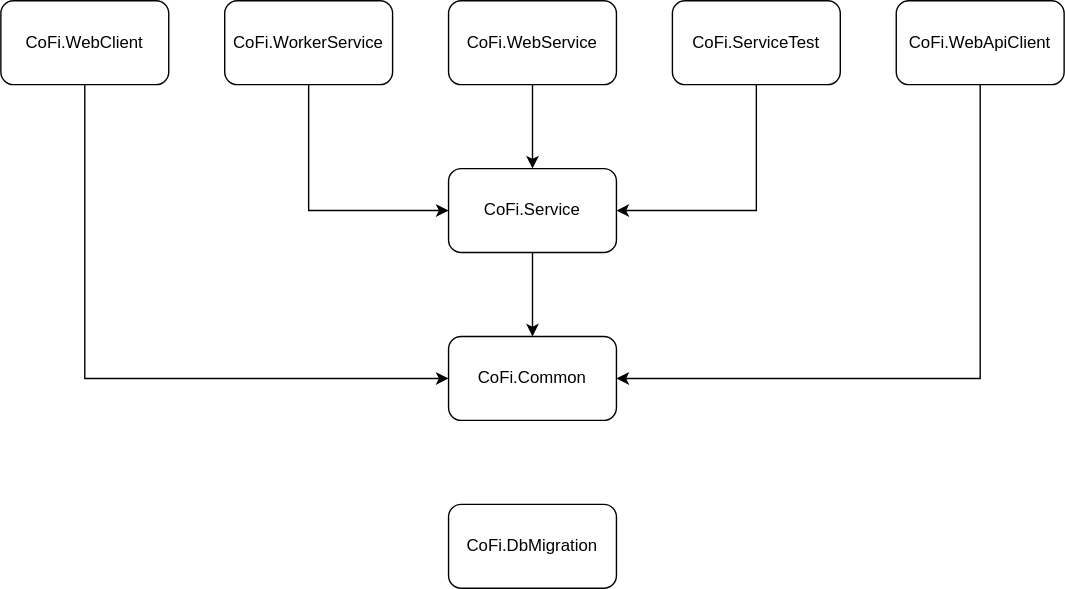
Before: Diagrams/AnaSys/CoFi/CoFi.Project.Dependencies.svg, a diagram exported from draw.io (feifel/notion). Source tidied: cells renumbered, new cells last; positions are measured from the earlier drawing's top-left corner, leaving out a move shared by most shapes.
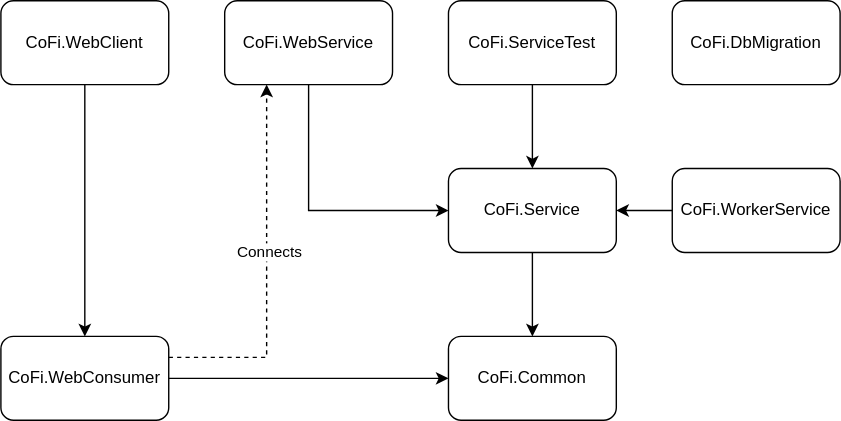
The same file after the commit.

Change to the diagram source:
```diff
@@ -11,38 +11,49 @@
     <mxCell id="4" value="CoFi.Service" style="rounded=1;whiteSpace=wrap;html=1;" parent="1" vertex="1">
       <mxGeometry x="320" y="120" width="120" height="60" as="geometry" />
     </mxCell>
-    <mxCell id="5" style="edgeStyle=orthogonalEdgeStyle;rounded=0;jettySize=auto;html=1;exitX=0.5;exitY=1;exitDx=0;exitDy=0;entryX=1;entryY=0.5;entryDx=0;entryDy=0;" parent="1" edge="1" source="6" target="2">
+    <mxCell id="5" style="edgeStyle=orthogonalEdgeStyle;rounded=0;jettySize=auto;html=1;exitX=1;exitY=0.5;exitDx=0;exitDy=0;entryX=0;entryY=0.5;entryDx=0;entryDy=0;" parent="1" edge="1" source="6" target="2">
       <mxGeometry relative="1" as="geometry" />
     </mxCell>
+    <mxCell id="16" style="edgeStyle=orthogonalEdgeStyle;rounded=0;jettySize=auto;html=1;exitX=1;exitY=0.25;exitDx=0;exitDy=0;entryX=0.25;entryY=1;entryDx=0;entryDy=0;dashed=1;" parent="1" edge="1" source="6" target="10">
+      <mxGeometry relative="1" as="geometry" />
+    </mxCell>
+    <mxCell id="17" value="Connects" style="edgeLabel;html=1;align=center;verticalAlign=middle;" parent="16" vertex="1">
+      <mxGeometry x="0.1" y="-1" relative="1" as="geometry" />
+    </mxCell>
-    <mxCell id="6" value="CoFi.WebApiClient " style="rounded=1;whiteSpace=wrap;html=1;" parent="1" vertex="1">
-      <mxGeometry x="640" width="120" height="60" as="geometry" />
+    <mxCell id="6" value="CoFi.WebConsumer" style="rounded=1;whiteSpace=wrap;html=1;" parent="1" vertex="1">
+      <mxGeometry y="240" width="120" height="60" as="geometry" />
     </mxCell>
-    <mxCell id="7" style="edgeStyle=orthogonalEdgeStyle;rounded=0;jettySize=auto;html=1;exitX=0.5;exitY=1;exitDx=0;exitDy=0;entryX=0;entryY=0.5;entryDx=0;entryDy=0;" parent="1" edge="1" source="8" target="4">
+    <mxCell id="7" style="edgeStyle=orthogonalEdgeStyle;rounded=0;jettySize=auto;html=1;exitX=0;exitY=0.5;exitDx=0;exitDy=0;entryX=1;entryY=0.5;entryDx=0;entryDy=0;" parent="1" edge="1" source="8" target="4">
       <mxGeometry relative="1" as="geometry" />
     </mxCell>
     <mxCell id="8" value="CoFi.WorkerService" style="rounded=1;whiteSpace=wrap;html=1;" parent="1" vertex="1">
-      <mxGeometry x="160" width="120" height="60" as="geometry" />
+      <mxGeometry x="480" y="120" width="120" height="60" as="geometry" />
     </mxCell>
-    <mxCell id="9" style="edgeStyle=orthogonalEdgeStyle;rounded=0;jettySize=auto;html=1;exitX=0.5;exitY=1;exitDx=0;exitDy=0;entryX=0.5;entryY=0;entryDx=0;entryDy=0;" parent="1" edge="1" source="10" target="4">
+    <mxCell id="9" style="edgeStyle=orthogonalEdgeStyle;rounded=0;jettySize=auto;html=1;exitX=0.5;exitY=1;exitDx=0;exitDy=0;entryX=0;entryY=0.5;entryDx=0;entryDy=0;" parent="1" edge="1" source="10" target="4">
       <mxGeometry relative="1" as="geometry" />
     </mxCell>
+    <mxCell id="18" style="edgeStyle=orthogonalEdgeStyle;rounded=0;jettySize=auto;html=1;exitX=0.5;exitY=1;exitDx=0;exitDy=0;dashed=1;" parent="1" edge="1" source="10">
+      <mxGeometry relative="1" as="geometry">
+        <mxPoint x="220" y="60" as="targetPoint" />
+      </mxGeometry>
+    </mxCell>
     <mxCell id="10" value="&lt;div&gt;CoFi.WebService &lt;/div&gt;" style="rounded=1;whiteSpace=wrap;html=1;" parent="1" vertex="1">
-      <mxGeometry x="320" width="120" height="60" as="geometry" />
+      <mxGeometry x="160" width="120" height="60" as="geometry" />
     </mxCell>
-    <mxCell id="11" style="edgeStyle=orthogonalEdgeStyle;rounded=0;jettySize=auto;html=1;exitX=0.5;exitY=1;exitDx=0;exitDy=0;entryX=1;entryY=0.5;entryDx=0;entryDy=0;" parent="1" edge="1" source="12" target="4">
+    <mxCell id="11" style="edgeStyle=orthogonalEdgeStyle;rounded=0;jettySize=auto;html=1;exitX=0.5;exitY=1;exitDx=0;exitDy=0;entryX=0.5;entryY=0;entryDx=0;entryDy=0;" parent="1" edge="1" source="12" target="4">
       <mxGeometry relative="1" as="geometry" />
     </mxCell>
     <mxCell id="12" value="&lt;div&gt;CoFi.ServiceTest&lt;/div&gt;" style="rounded=1;whiteSpace=wrap;html=1;" parent="1" vertex="1">
-      <mxGeometry x="480" width="120" height="60" as="geometry" />
+      <mxGeometry x="320" width="120" height="60" as="geometry" />
     </mxCell>
-    <mxCell id="13" style="edgeStyle=orthogonalEdgeStyle;rounded=0;jettySize=auto;html=1;exitX=0.5;exitY=1;exitDx=0;exitDy=0;entryX=0;entryY=0.5;entryDx=0;entryDy=0;" parent="1" edge="1" source="14" target="2">
-      <mxGeometry relative="1" as="geometry" />
-    </mxCell>
+    <mxCell id="19" style="edgeStyle=orthogonalEdgeStyle;rounded=0;jettySize=auto;html=1;exitX=0.5;exitY=1;exitDx=0;exitDy=0;entryX=0.5;entryY=0;entryDx=0;entryDy=0;" parent="1" edge="1" source="14" target="6">
+      <mxGeometry relative="1" as="geometry" />
+    </mxCell>
     <mxCell id="14" value="CoFi.WebClient" style="rounded=1;whiteSpace=wrap;html=1;" parent="1" vertex="1">
       <mxGeometry width="120" height="60" as="geometry" />
     </mxCell>
     <mxCell id="15" value="&lt;div&gt;CoFi.DbMigration&lt;/div&gt;" style="rounded=1;whiteSpace=wrap;html=1;" parent="1" vertex="1">
-      <mxGeometry x="320" y="360" width="120" height="60" as="geometry" />
+      <mxGeometry x="480" width="120" height="60" as="geometry" />
     </mxCell>
   </root>
 </mxGraphModel>
```
